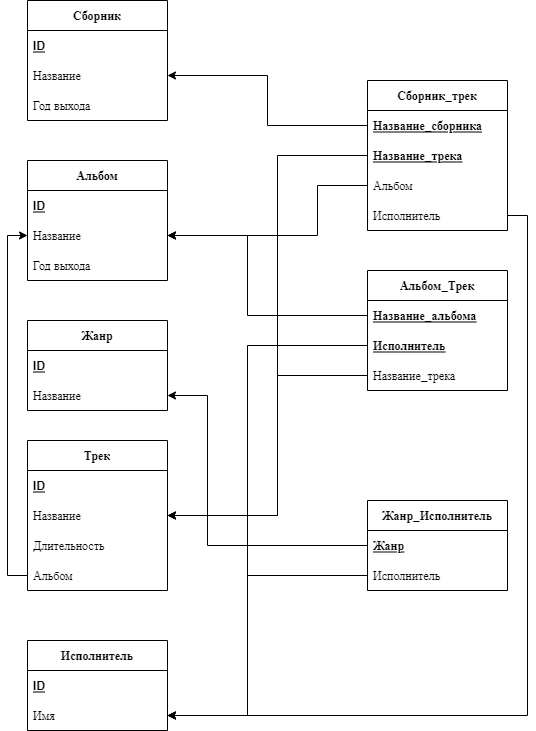
Earlier version of the draw.io export music_site.png (YrChek/Music_site). Source tidied: cells renumbered, new cells last; positions are measured from the earlier drawing's top-left corner, leaving out a move shared by most shapes.
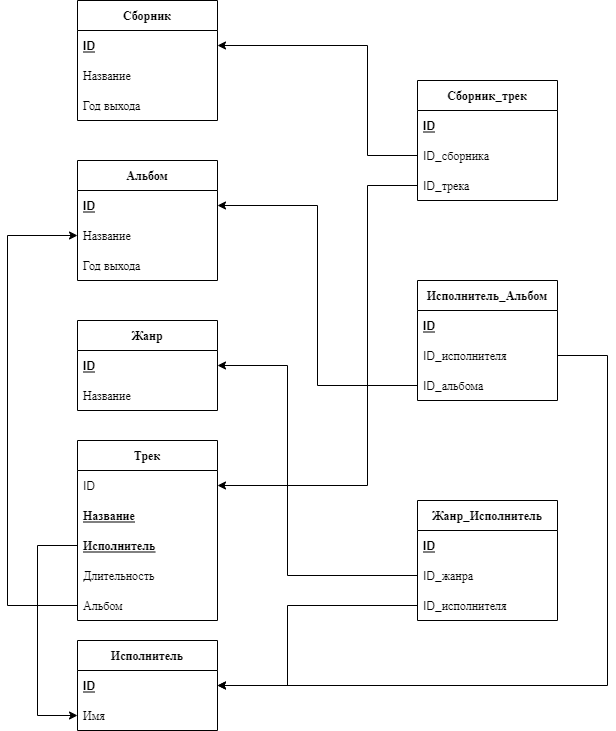
Later version of the same file.

Commit message:
Изменение схемы добавление sql файлов

Change to the diagram source:
```diff
@@ -21,19 +21,22 @@
       <mxGeometry y="60" width="140" height="30" as="geometry" />
     </mxCell>
     <mxCell id="8" value="Трек" style="swimlane;fontStyle=1;horizontal=1;startSize=30;" parent="1" vertex="1">
-      <mxGeometry y="440" width="140" height="150" as="geometry" />
+      <mxGeometry y="440" width="140" height="180" as="geometry" />
     </mxCell>
-    <mxCell id="9" value="ID" style="text;strokeColor=none;fillColor=none;align=left;verticalAlign=middle;spacingLeft=4;spacingRight=4;overflow=hidden;points=[[0,0.5],[1,0.5]];portConstraint=eastwest;fontStyle=5;" parent="8" vertex="1">
+    <mxCell id="9" value="ID" style="text;strokeColor=none;fillColor=none;align=left;verticalAlign=middle;spacingLeft=4;spacingRight=4;overflow=hidden;points=[[0,0.5],[1,0.5]];portConstraint=eastwest;fontStyle=0;" parent="8" vertex="1">
       <mxGeometry y="30" width="140" height="30" as="geometry" />
     </mxCell>
-    <mxCell id="10" value="Название" style="text;strokeColor=none;fillColor=none;align=left;verticalAlign=middle;spacingLeft=4;spacingRight=4;overflow=hidden;points=[[0,0.5],[1,0.5]];portConstraint=eastwest;fontStyle=0;" parent="8" vertex="1">
+    <mxCell id="10" value="Название" style="text;strokeColor=none;fillColor=none;align=left;verticalAlign=middle;spacingLeft=4;spacingRight=4;overflow=hidden;points=[[0,0.5],[1,0.5]];portConstraint=eastwest;fontStyle=5;" parent="8" vertex="1">
       <mxGeometry y="60" width="140" height="30" as="geometry" />
     </mxCell>
+    <mxCell id="31" value="Исполнитель" style="text;strokeColor=none;fillColor=none;align=left;verticalAlign=middle;spacingLeft=4;spacingRight=4;overflow=hidden;points=[[0,0.5],[1,0.5]];portConstraint=eastwest;fontStyle=5;" parent="8" vertex="1">
+      <mxGeometry y="90" width="140" height="30" as="geometry" />
+    </mxCell>
     <mxCell id="11" value="Длительность" style="text;strokeColor=none;fillColor=none;align=left;verticalAlign=middle;spacingLeft=4;spacingRight=4;overflow=hidden;" parent="8" vertex="1">
-      <mxGeometry y="90" width="140" height="30" as="geometry" />
+      <mxGeometry y="120" width="140" height="30" as="geometry" />
     </mxCell>
     <mxCell id="12" value="Альбом" style="text;strokeColor=none;fillColor=none;align=left;verticalAlign=middle;spacingLeft=4;spacingRight=4;overflow=hidden;points=[[0,0.5],[1,0.5]];portConstraint=eastwest;" parent="8" vertex="1">
-      <mxGeometry y="120" width="140" height="30" as="geometry" />
+      <mxGeometry y="150" width="140" height="30" as="geometry" />
     </mxCell>
     <mxCell id="13" value="Альбом" style="swimlane;fontStyle=1;horizontal=1;startSize=30;" parent="1" vertex="1">
       <mxGeometry y="160" width="140" height="120" as="geometry" />
@@ -60,105 +63,98 @@
       <mxGeometry y="90" width="140" height="30" as="geometry" />
     </mxCell>
     <mxCell id="21" value="Жанр_Исполнитель" style="swimlane;fontStyle=1;horizontal=1;startSize=30;" parent="1" vertex="1">
-      <mxGeometry x="340" y="500" width="140" height="90" as="geometry" />
+      <mxGeometry x="340" y="500" width="140" height="120" as="geometry" />
     </mxCell>
+    <mxCell id="43" value="ID" style="text;strokeColor=none;fillColor=none;align=left;verticalAlign=middle;spacingLeft=4;spacingRight=4;overflow=hidden;fontStyle=5;" parent="21" vertex="1">
+      <mxGeometry y="30" width="140" height="30" as="geometry" />
+    </mxCell>
-    <mxCell id="22" value="Жанр" style="text;strokeColor=none;fillColor=none;align=left;verticalAlign=middle;spacingLeft=4;spacingRight=4;overflow=hidden;points=[[0,0.5],[1,0.5]];portConstraint=eastwest;fontStyle=5;" parent="21" vertex="1">
-      <mxGeometry y="30" width="140" height="30" as="geometry" />
+    <mxCell id="22" value="ID_жанра" style="text;strokeColor=none;fillColor=none;align=left;verticalAlign=middle;spacingLeft=4;spacingRight=4;overflow=hidden;points=[[0,0.5],[1,0.5]];portConstraint=eastwest;fontStyle=0;" parent="21" vertex="1">
+      <mxGeometry y="60" width="140" height="30" as="geometry" />
     </mxCell>
-    <mxCell id="23" value="Исполнитель" style="text;strokeColor=none;fillColor=none;align=left;verticalAlign=middle;spacingLeft=4;spacingRight=4;overflow=hidden;points=[[0,0.5],[1,0.5]];portConstraint=eastwest;" parent="21" vertex="1">
-      <mxGeometry y="60" width="140" height="30" as="geometry" />
+    <mxCell id="23" value="ID_исполнителя" style="text;strokeColor=none;fillColor=none;align=left;verticalAlign=middle;spacingLeft=4;spacingRight=4;overflow=hidden;points=[[0,0.5],[1,0.5]];portConstraint=eastwest;" parent="21" vertex="1">
+      <mxGeometry y="90" width="140" height="30" as="geometry" />
     </mxCell>
     <mxCell id="24" value="Сборник_трек" style="swimlane;fontStyle=1;horizontal=1;startSize=30;" parent="1" vertex="1">
-      <mxGeometry x="340" y="80" width="140" height="150" as="geometry" />
+      <mxGeometry x="340" y="80" width="140" height="120" as="geometry" />
     </mxCell>
+    <mxCell id="44" value="ID" style="text;strokeColor=none;fillColor=none;align=left;verticalAlign=middle;spacingLeft=4;spacingRight=4;overflow=hidden;fontStyle=5;" parent="24" vertex="1">
+      <mxGeometry y="30" width="140" height="30" as="geometry" />
+    </mxCell>
-    <mxCell id="25" value="Название_сборника" style="text;strokeColor=none;fillColor=none;align=left;verticalAlign=middle;spacingLeft=4;spacingRight=4;overflow=hidden;points=[[0,0.5],[1,0.5]];portConstraint=eastwest;fontStyle=5;" parent="24" vertex="1">
-      <mxGeometry y="30" width="140" height="30" as="geometry" />
+    <mxCell id="25" value="ID_сборника" style="text;strokeColor=none;fillColor=none;align=left;verticalAlign=middle;spacingLeft=4;spacingRight=4;overflow=hidden;points=[[0,0.5],[1,0.5]];portConstraint=eastwest;fontStyle=0;" parent="24" vertex="1">
+      <mxGeometry y="60" width="140" height="30" as="geometry" />
     </mxCell>
-    <mxCell id="26" value="Название_трека" style="text;strokeColor=none;fillColor=none;align=left;verticalAlign=middle;spacingLeft=4;spacingRight=4;overflow=hidden;points=[[0,0.5],[1,0.5]];portConstraint=eastwest;fontStyle=5;" parent="24" vertex="1">
-      <mxGeometry y="60" width="140" height="30" as="geometry" />
+    <mxCell id="26" value="ID_трека" style="text;strokeColor=none;fillColor=none;align=left;verticalAlign=middle;spacingLeft=4;spacingRight=4;overflow=hidden;points=[[0,0.5],[1,0.5]];portConstraint=eastwest;fontStyle=0;" parent="24" vertex="1">
+      <mxGeometry y="90" width="140" height="30" as="geometry" />
     </mxCell>
-    <mxCell id="27" value="Альбом" style="text;strokeColor=none;fillColor=none;align=left;verticalAlign=middle;spacingLeft=4;spacingRight=4;overflow=hidden;points=[[0,0.5],[1,0.5]];portConstraint=eastwest;fontStyle=0;" parent="24" vertex="1">
-      <mxGeometry y="90" width="140" height="30" as="geometry" />
-    </mxCell>
-    <mxCell id="28" value="Исполнитель" style="text;strokeColor=none;fillColor=none;align=left;verticalAlign=middle;spacingLeft=4;spacingRight=4;overflow=hidden;points=[[0,0.5],[1,0.5]];portConstraint=eastwest;fontStyle=0;" parent="24" vertex="1">
-      <mxGeometry y="120" width="140" height="30" as="geometry" />
-    </mxCell>
-    <mxCell id="29" value="Альбом_Трек" style="swimlane;fontStyle=1;horizontal=1;startSize=30;" parent="1" vertex="1">
-      <mxGeometry x="340" y="270" width="140" height="120" as="geometry" />
+    <mxCell id="29" value="Исполнитель_Альбом" style="swimlane;fontStyle=1;horizontal=1;startSize=30;" parent="1" vertex="1">
+      <mxGeometry x="340" y="280" width="140" height="120" as="geometry" />
     </mxCell>
+    <mxCell id="45" value="ID" style="text;strokeColor=none;fillColor=none;align=left;verticalAlign=middle;spacingLeft=4;spacingRight=4;overflow=hidden;fontStyle=5;" parent="29" vertex="1">
+      <mxGeometry y="30" width="140" height="30" as="geometry" />
+    </mxCell>
-    <mxCell id="30" value="Название_альбома" style="text;strokeColor=none;fillColor=none;align=left;verticalAlign=middle;spacingLeft=4;spacingRight=4;overflow=hidden;points=[[0,0.5],[1,0.5]];portConstraint=eastwest;fontStyle=5;" parent="29" vertex="1">
-      <mxGeometry y="30" width="140" height="30" as="geometry" />
+    <mxCell id="30" value="ID_исполнителя" style="text;strokeColor=none;fillColor=none;align=left;verticalAlign=middle;spacingLeft=4;spacingRight=4;overflow=hidden;points=[[0,0.5],[1,0.5]];portConstraint=eastwest;fontStyle=0;" parent="29" vertex="1">
+      <mxGeometry y="60" width="140" height="30" as="geometry" />
     </mxCell>
-    <mxCell id="31" value="Исполнитель" style="text;strokeColor=none;fillColor=none;align=left;verticalAlign=middle;spacingLeft=4;spacingRight=4;overflow=hidden;points=[[0,0.5],[1,0.5]];portConstraint=eastwest;fontStyle=5;" parent="29" vertex="1">
-      <mxGeometry y="60" width="140" height="30" as="geometry" />
-    </mxCell>
-    <mxCell id="32" value="Название_трека" style="text;strokeColor=none;fillColor=none;align=left;verticalAlign=middle;spacingLeft=4;spacingRight=4;overflow=hidden;points=[[0,0.5],[1,0.5]];portConstraint=eastwest;" parent="29" vertex="1">
+    <mxCell id="32" value="ID_альбома" style="text;strokeColor=none;fillColor=none;align=left;verticalAlign=middle;spacingLeft=4;spacingRight=4;overflow=hidden;points=[[0,0.5],[1,0.5]];portConstraint=eastwest;" parent="29" vertex="1">
       <mxGeometry y="90" width="140" height="30" as="geometry" />
     </mxCell>
-    <mxCell id="33" style="edgeStyle=orthogonalEdgeStyle;rounded=0;jettySize=auto;html=1;exitX=0;exitY=0.5;exitDx=0;exitDy=0;entryX=0;entryY=0.5;entryDx=0;entryDy=0;" parent="1" edge="1" source="12" target="15">
+    <mxCell id="33" style="edgeStyle=orthogonalEdgeStyle;rounded=0;jettySize=auto;html=1;exitX=0;exitY=0.5;exitDx=0;exitDy=0;entryX=0;entryY=0.5;entryDx=0;entryDy=0;" parent="1" edge="1" target="15">
       <mxGeometry relative="1" as="geometry" />
     </mxCell>
-    <mxCell id="34" style="edgeStyle=orthogonalEdgeStyle;rounded=0;jettySize=auto;html=1;exitX=0;exitY=0.5;exitDx=0;exitDy=0;entryX=1;entryY=0.5;entryDx=0;entryDy=0;" parent="1" edge="1" source="25" target="19">
-      <mxGeometry relative="1" as="geometry" />
-    </mxCell>
-    <mxCell id="35" style="edgeStyle=orthogonalEdgeStyle;rounded=0;jettySize=auto;html=1;exitX=0;exitY=0.5;exitDx=0;exitDy=0;entryX=1;entryY=0.5;entryDx=0;entryDy=0;" parent="1" edge="1" source="30" target="15">
-      <mxGeometry relative="1" as="geometry">
-        <Array as="points">
-          <mxPoint x="220" y="315" />
-          <mxPoint x="220" y="235" />
-        </Array>
-      </mxGeometry>
-    </mxCell>
+    <mxCell id="46" style="edgeStyle=elbowEdgeStyle;rounded=0;jettySize=auto;html=1;exitX=0;exitY=0.5;exitDx=0;exitDy=0;" parent="1" edge="1" source="25" target="18">
+      <mxGeometry relative="1" as="geometry">
+        <Array as="points">
+          <mxPoint x="290" y="100" />
+        </Array>
+      </mxGeometry>
+    </mxCell>
-    <mxCell id="36" style="edgeStyle=orthogonalEdgeStyle;rounded=0;jettySize=auto;html=1;exitX=0;exitY=0.5;exitDx=0;exitDy=0;entryX=1;entryY=0.5;entryDx=0;entryDy=0;" parent="1" edge="1" source="31" target="7">
+    <mxCell id="36" style="edgeStyle=elbowEdgeStyle;rounded=0;jettySize=auto;html=1;exitX=0;exitY=0.5;exitDx=0;exitDy=0;" parent="1" edge="1" source="31" target="7">
       <mxGeometry relative="1" as="geometry">
         <Array as="points">
-          <mxPoint x="220" y="345" />
-          <mxPoint x="220" y="715" />
+          <mxPoint x="-40" y="623" />
         </Array>
       </mxGeometry>
     </mxCell>
-    <mxCell id="37" style="edgeStyle=orthogonalEdgeStyle;rounded=0;jettySize=auto;html=1;exitX=0;exitY=0.5;exitDx=0;exitDy=0;" parent="1" edge="1" source="32" target="10">
-      <mxGeometry relative="1" as="geometry">
-        <Array as="points">
-          <mxPoint x="250" y="375" />
-          <mxPoint x="250" y="515" />
-        </Array>
-      </mxGeometry>
-    </mxCell>
-    <mxCell id="38" style="edgeStyle=orthogonalEdgeStyle;rounded=0;jettySize=auto;html=1;exitX=0;exitY=0.5;exitDx=0;exitDy=0;" parent="1" edge="1" source="22" target="4">
-      <mxGeometry relative="1" as="geometry">
-        <Array as="points">
-          <mxPoint x="180" y="545" />
-          <mxPoint x="180" y="395" />
-        </Array>
-      </mxGeometry>
-    </mxCell>
-    <mxCell id="39" style="edgeStyle=orthogonalEdgeStyle;rounded=0;jettySize=auto;html=1;exitX=0;exitY=0.5;exitDx=0;exitDy=0;" parent="1" edge="1" source="23" target="7">
-      <mxGeometry relative="1" as="geometry">
-        <Array as="points">
-          <mxPoint x="220" y="575" />
-          <mxPoint x="220" y="715" />
-        </Array>
-      </mxGeometry>
-    </mxCell>
-    <mxCell id="40" style="edgeStyle=orthogonalEdgeStyle;rounded=0;jettySize=auto;html=1;exitX=0;exitY=0.5;exitDx=0;exitDy=0;" parent="1" edge="1" source="26" target="10">
-      <mxGeometry relative="1" as="geometry">
-        <Array as="points">
-          <mxPoint x="250" y="155" />
-          <mxPoint x="250" y="515" />
-        </Array>
-      </mxGeometry>
-    </mxCell>
-    <mxCell id="41" style="edgeStyle=orthogonalEdgeStyle;rounded=0;jettySize=auto;html=1;exitX=0;exitY=0.5;exitDx=0;exitDy=0;" parent="1" edge="1" source="27" target="15">
-      <mxGeometry relative="1" as="geometry">
-        <Array as="points">
-          <mxPoint x="290" y="185" />
-          <mxPoint x="290" y="235" />
-        </Array>
-      </mxGeometry>
-    </mxCell>
-    <mxCell id="42" style="edgeStyle=orthogonalEdgeStyle;rounded=0;jettySize=auto;html=1;exitX=1;exitY=0.5;exitDx=0;exitDy=0;" parent="1" edge="1" source="28" target="7">
-      <mxGeometry relative="1" as="geometry" />
-    </mxCell>
+    <mxCell id="47" style="edgeStyle=elbowEdgeStyle;rounded=0;jettySize=auto;html=1;exitX=0;exitY=0.5;exitDx=0;exitDy=0;" parent="1" edge="1" source="22" target="3">
+      <mxGeometry relative="1" as="geometry">
+        <Array as="points">
+          <mxPoint x="210" y="530" />
+        </Array>
+      </mxGeometry>
+    </mxCell>
+    <mxCell id="48" style="edgeStyle=elbowEdgeStyle;rounded=0;jettySize=auto;html=1;exitX=0;exitY=0.5;exitDx=0;exitDy=0;" parent="1" edge="1" source="23" target="6">
+      <mxGeometry relative="1" as="geometry">
+        <Array as="points">
+          <mxPoint x="210" y="650" />
+        </Array>
+      </mxGeometry>
+    </mxCell>
+    <mxCell id="49" style="edgeStyle=orthogonalEdgeStyle;rounded=0;jettySize=auto;html=1;exitX=0;exitY=0.5;exitDx=0;exitDy=0;" parent="1" edge="1" source="26" target="9">
+      <mxGeometry relative="1" as="geometry">
+        <Array as="points">
+          <mxPoint x="290" y="185" />
+          <mxPoint x="290" y="485" />
+        </Array>
+      </mxGeometry>
+    </mxCell>
+    <mxCell id="50" style="edgeStyle=orthogonalEdgeStyle;rounded=0;jettySize=auto;html=1;exitX=0;exitY=0.5;exitDx=0;exitDy=0;" parent="1" edge="1" source="32" target="14">
+      <mxGeometry relative="1" as="geometry" />
+    </mxCell>
+    <mxCell id="51" style="edgeStyle=orthogonalEdgeStyle;rounded=0;jettySize=auto;html=1;exitX=1;exitY=0.5;exitDx=0;exitDy=0;" parent="1" edge="1" source="30" target="6">
+      <mxGeometry relative="1" as="geometry">
+        <Array as="points">
+          <mxPoint x="530" y="355" />
+          <mxPoint x="530" y="685" />
+        </Array>
+      </mxGeometry>
+    </mxCell>
+    <mxCell id="52" style="edgeStyle=orthogonalEdgeStyle;rounded=0;jettySize=auto;html=1;exitX=0;exitY=0.5;exitDx=0;exitDy=0;entryX=0;entryY=0.5;entryDx=0;entryDy=0;" parent="1" edge="1" source="12" target="15">
+      <mxGeometry relative="1" as="geometry">
+        <Array as="points">
+          <mxPoint x="-70" y="605" />
+          <mxPoint x="-70" y="235" />
+        </Array>
+      </mxGeometry>
+    </mxCell>
   </root>
 </mxGraphModel>
```
